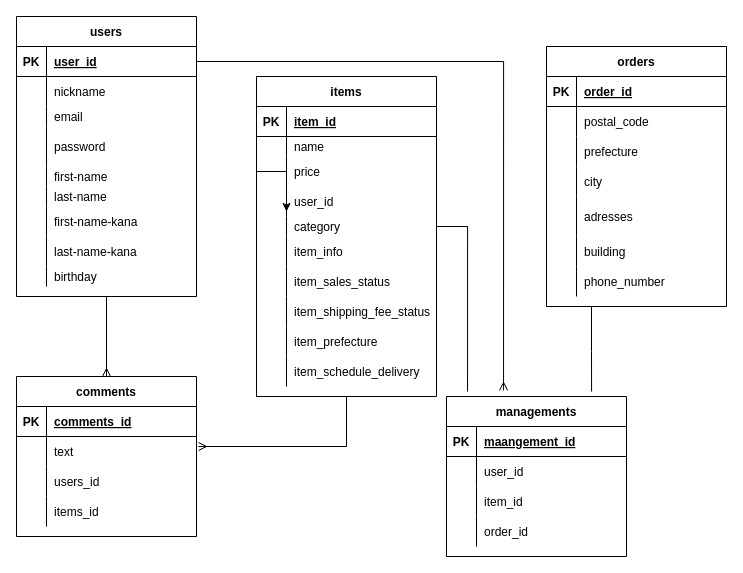
The draw.io diagram test.dio in naotomineta/furima-30620, before the edit. Source tidied: cells renumbered, new cells numbered last; positions are measured from the earlier drawing's top-left corner, leaving out a move shared by most shapes. Both pictures are drawn from the tidied source at 100%, with x=0, y=0 at pixel (16, 16).
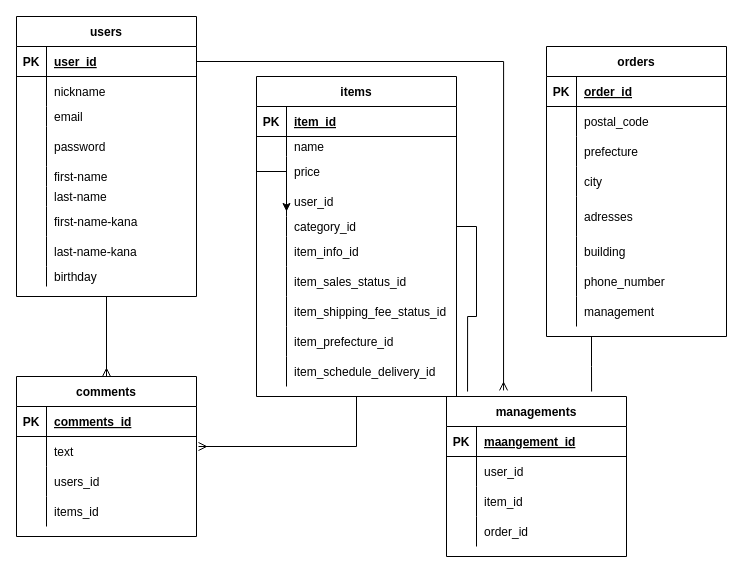
The same page after the edit.

Commit message (it also covers changes not shown here):
ER図、READMEの作成4

What changed in the source:
```diff
@@
     <mxCell id="48" value="orders" style="shape=table;startSize=30;childLayout=tableLayout;rowLines=0;fontStyle=1;align=center;" parent="1" vertex="1">
-      <mxGeometry x="530" y="30" width="180" height="260" as="geometry" />
+      <mxGeometry x="530" y="30" width="180" height="290" as="geometry" />
     </mxCell>
@@
+    <mxCell id="116" style="shape=partialRectangle;fillColor=none;top=0;left=0;bottom=0;right=0;" parent="48" vertex="1">
+      <mxGeometry y="250" width="180" height="30" as="geometry" />
+    </mxCell>
+    <mxCell id="117" style="shape=partialRectangle;fillColor=none;top=0;left=0;bottom=0;right=0;overflow=hidden;" parent="116" vertex="1">
+      <mxGeometry width="30" height="30" as="geometry" />
+    </mxCell>
+    <mxCell id="118" value="management" style="shape=partialRectangle;fillColor=none;top=0;left=0;bottom=0;right=0;align=left;spacingLeft=6;overflow=hidden;" parent="116" vertex="1">
+      <mxGeometry x="30" width="150" height="30" as="geometry" />
+    </mxCell>
@@
     <mxCell id="83" value="items" style="shape=table;startSize=30;childLayout=tableLayout;rowLines=0;fontStyle=1;align=center;" parent="1" vertex="1">
-      <mxGeometry x="240" y="60" width="180" height="320" as="geometry" />
+      <mxGeometry x="240" y="60" width="200" height="320" as="geometry" />
     </mxCell>
     <mxCell id="84" style="shape=partialRectangle;fillColor=none;top=0;left=0;bottom=1;right=0;" parent="83" vertex="1">
-      <mxGeometry y="30" width="180" height="30" as="geometry" />
+      <mxGeometry y="30" width="200" height="30" as="geometry" />
     </mxCell>
@@
     <mxCell id="86" value="item_id" style="shape=partialRectangle;fillColor=none;top=0;left=0;bottom=0;right=0;align=left;spacingLeft=6;fontStyle=5;overflow=hidden;" parent="84" vertex="1">
-      <mxGeometry x="30" width="150" height="30" as="geometry" />
+      <mxGeometry x="30" width="170" height="30" as="geometry" />
     </mxCell>
     <mxCell id="87" style="shape=partialRectangle;fillColor=none;top=0;left=0;bottom=0;right=0;" parent="83" vertex="1">
-      <mxGeometry y="60" width="180" height="20" as="geometry" />
+      <mxGeometry y="60" width="200" height="20" as="geometry" />
     </mxCell>
@@
     <mxCell id="89" value="name" style="shape=partialRectangle;fillColor=none;top=0;left=0;bottom=0;right=0;align=left;spacingLeft=6;overflow=hidden;" parent="87" vertex="1">
-      <mxGeometry x="30" width="150" height="20" as="geometry" />
+      <mxGeometry x="30" width="170" height="20" as="geometry" />
     </mxCell>
     <mxCell id="90" style="shape=partialRectangle;fillColor=none;top=0;left=0;bottom=0;right=0;points=[[0,0.5],[1,0.5]];portConstraint=eastwest;" parent="83" vertex="1">
-      <mxGeometry y="80" width="180" height="30" as="geometry" />
+      <mxGeometry y="80" width="200" height="30" as="geometry" />
     </mxCell>
@@
     <mxCell id="92" value="price" style="shape=partialRectangle;fillColor=none;top=0;left=0;bottom=0;right=0;align=left;spacingLeft=6;overflow=hidden;" parent="90" vertex="1">
-      <mxGeometry x="30" width="150" height="30" as="geometry" />
+      <mxGeometry x="30" width="170" height="30" as="geometry" />
     </mxCell>
     <mxCell id="93" style="shape=partialRectangle;fillColor=none;top=0;left=0;bottom=0;right=0;" parent="83" vertex="1">
-      <mxGeometry y="110" width="180" height="30" as="geometry" />
+      <mxGeometry y="110" width="200" height="30" as="geometry" />
     </mxCell>
@@
     <mxCell id="95" value="user_id" style="shape=partialRectangle;fillColor=none;top=0;left=0;bottom=0;right=0;align=left;spacingLeft=6;overflow=hidden;" parent="93" vertex="1">
-      <mxGeometry x="30" width="150" height="30" as="geometry" />
+      <mxGeometry x="30" width="170" height="30" as="geometry" />
     </mxCell>
     <mxCell id="96" style="shape=partialRectangle;fillColor=none;top=0;left=0;bottom=0;right=0;points=[[0,0.5],[1,0.5]];portConstraint=eastwest;" parent="83" vertex="1">
-      <mxGeometry y="140" width="180" height="20" as="geometry" />
+      <mxGeometry y="140" width="200" height="20" as="geometry" />
     </mxCell>
@@
-    <mxCell id="98" value="category" style="shape=partialRectangle;fillColor=none;top=0;left=0;bottom=0;right=0;align=left;spacingLeft=6;overflow=hidden;" parent="96" vertex="1">
-      <mxGeometry x="30" width="150" height="20" as="geometry" />
+    <mxCell id="98" value="category_id" style="shape=partialRectangle;fillColor=none;top=0;left=0;bottom=0;right=0;align=left;spacingLeft=6;overflow=hidden;" parent="96" vertex="1">
+      <mxGeometry x="30" width="170" height="20" as="geometry" />
     </mxCell>
     <mxCell id="99" style="shape=partialRectangle;fillColor=none;top=0;left=0;bottom=0;right=0;" parent="83" vertex="1">
-      <mxGeometry y="160" width="180" height="30" as="geometry" />
+      <mxGeometry y="160" width="200" height="30" as="geometry" />
     </mxCell>
@@
-    <mxCell id="101" value="item_info" style="shape=partialRectangle;fillColor=none;top=0;left=0;bottom=0;right=0;align=left;spacingLeft=6;overflow=hidden;" parent="99" vertex="1">
-      <mxGeometry x="30" width="150" height="30" as="geometry" />
+    <mxCell id="101" value="item_info_id" style="shape=partialRectangle;fillColor=none;top=0;left=0;bottom=0;right=0;align=left;spacingLeft=6;overflow=hidden;" parent="99" vertex="1">
+      <mxGeometry x="30" width="170" height="30" as="geometry" />
     </mxCell>
     <mxCell id="102" style="shape=partialRectangle;fillColor=none;top=0;left=0;bottom=0;right=0;" parent="83" vertex="1">
-      <mxGeometry y="190" width="180" height="30" as="geometry" />
+      <mxGeometry y="190" width="200" height="30" as="geometry" />
     </mxCell>
@@
-    <mxCell id="104" value="item_sales_status" style="shape=partialRectangle;fillColor=none;top=0;left=0;bottom=0;right=0;align=left;spacingLeft=6;overflow=hidden;" parent="102" vertex="1">
-      <mxGeometry x="30" width="150" height="30" as="geometry" />
+    <mxCell id="104" value="item_sales_status_id" style="shape=partialRectangle;fillColor=none;top=0;left=0;bottom=0;right=0;align=left;spacingLeft=6;overflow=hidden;" parent="102" vertex="1">
+      <mxGeometry x="30" width="170" height="30" as="geometry" />
     </mxCell>
     <mxCell id="105" style="shape=partialRectangle;fillColor=none;top=0;left=0;bottom=0;right=0;" parent="83" vertex="1">
-      <mxGeometry y="220" width="180" height="30" as="geometry" />
+      <mxGeometry y="220" width="200" height="30" as="geometry" />
     </mxCell>
@@
-    <mxCell id="107" value="item_shipping_fee_status" style="shape=partialRectangle;fillColor=none;top=0;left=0;bottom=0;right=0;align=left;spacingLeft=6;overflow=hidden;" parent="105" vertex="1">
-      <mxGeometry x="30" width="150" height="30" as="geometry" />
+    <mxCell id="107" value="item_shipping_fee_status_id" style="shape=partialRectangle;fillColor=none;top=0;left=0;bottom=0;right=0;align=left;spacingLeft=6;overflow=hidden;" parent="105" vertex="1">
+      <mxGeometry x="30" width="170" height="30" as="geometry" />
     </mxCell>
     <mxCell id="108" style="shape=partialRectangle;fillColor=none;top=0;left=0;bottom=0;right=0;" parent="83" vertex="1">
-      <mxGeometry y="250" width="180" height="30" as="geometry" />
+      <mxGeometry y="250" width="200" height="30" as="geometry" />
     </mxCell>
@@
-    <mxCell id="110" value="item_prefecture" style="shape=partialRectangle;fillColor=none;top=0;left=0;bottom=0;right=0;align=left;spacingLeft=6;overflow=hidden;" parent="108" vertex="1">
-      <mxGeometry x="30" width="150" height="30" as="geometry" />
+    <mxCell id="110" value="item_prefecture_id" style="shape=partialRectangle;fillColor=none;top=0;left=0;bottom=0;right=0;align=left;spacingLeft=6;overflow=hidden;" parent="108" vertex="1">
+      <mxGeometry x="30" width="170" height="30" as="geometry" />
     </mxCell>
     <mxCell id="111" style="shape=partialRectangle;fillColor=none;top=0;left=0;bottom=0;right=0;" parent="83" vertex="1">
-      <mxGeometry y="280" width="180" height="30" as="geometry" />
+      <mxGeometry y="280" width="200" height="30" as="geometry" />
     </mxCell>
@@
-    <mxCell id="113" value="item_schedule_delivery" style="shape=partialRectangle;fillColor=none;top=0;left=0;bottom=0;right=0;align=left;spacingLeft=6;overflow=hidden;" parent="111" vertex="1">
-      <mxGeometry x="30" width="150" height="30" as="geometry" />
+    <mxCell id="113" value="item_schedule_delivery_id" style="shape=partialRectangle;fillColor=none;top=0;left=0;bottom=0;right=0;align=left;spacingLeft=6;overflow=hidden;" parent="111" vertex="1">
+      <mxGeometry x="30" width="170" height="30" as="geometry" />
     </mxCell>
```
